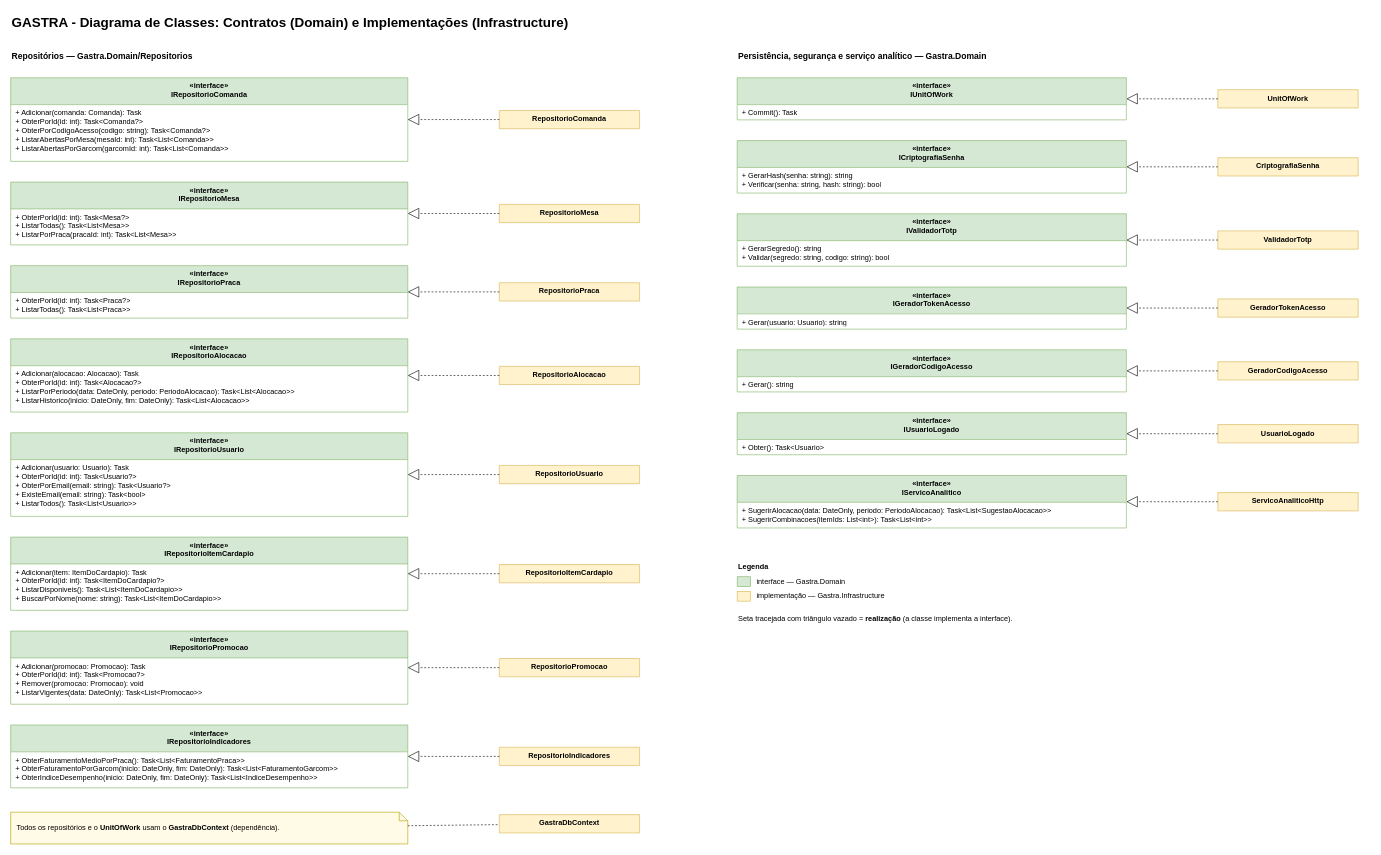
Above: docs/diagramas/_fontes/GASTRA_Classe_Contratos.drawio in danih-vb/gastra-tg (draw.io), before the change. Source tidied: cells renumbered, new cells numbered last; positions are measured from the earlier drawing's top-left corner, leaving out a move shared by most shapes. Both pictures are drawn from the tidied source at 61%, with x=0, y=0 at pixel (10, 10).
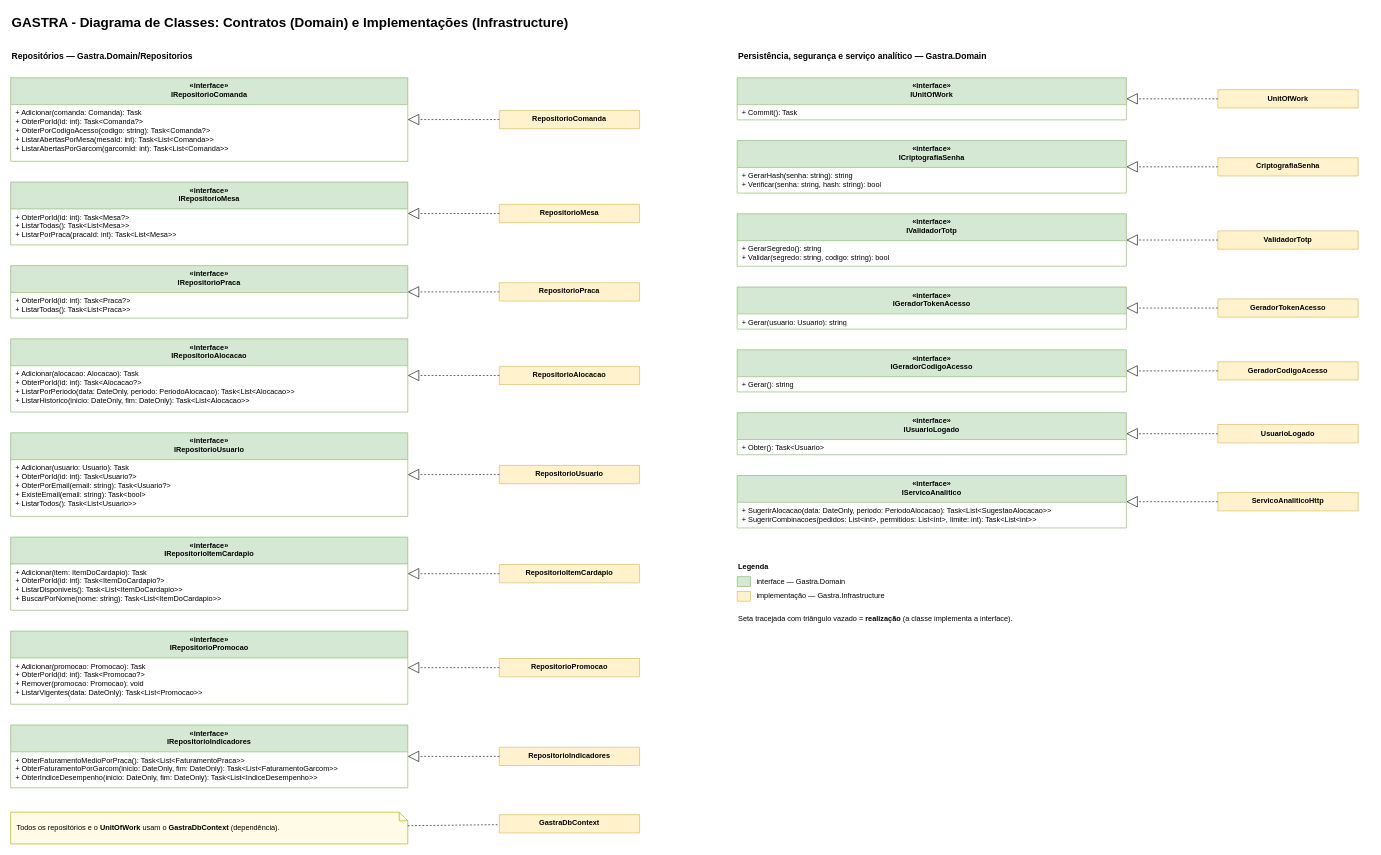
After the change.

Commit message (it also covers changes not shown here):
docs: integracao com o servico analitico nos diagramas e na arquitetura

Unchanged cells that the change refers to:
```xml
<mxCell id="64" value="«interface»&lt;br&gt;IServicoAnalitico" style="swimlane;fontStyle=1;align=center;verticalAlign=top;horizontal=1;startSize=44;whiteSpace=wrap;html=1;fillColor=#d5e8d4;strokeColor=#82b366;swimlaneFillColor=#ffffff;" parent="1" vertex="1">
  <mxGeometry x="1191" y="762" width="638" height="86" as="geometry" />
</mxCell>
```

Change to the diagram source:
```diff
@@
-    <mxCell id="65" value="+ SugerirAlocacao(data: DateOnly, periodo: PeriodoAlocacao): Task&amp;lt;List&amp;lt;SugestaoAlocacao&amp;gt;&amp;gt;&lt;br&gt;+ SugerirCombinacoes(itemIds: List&amp;lt;int&amp;gt;): Task&amp;lt;List&amp;lt;int&amp;gt;&amp;gt;" style="text;strokeColor=none;fillColor=none;align=left;verticalAlign=top;spacingLeft=6;spacingRight=4;overflow=hidden;whiteSpace=wrap;html=1;fontSize=12;" parent="64" vertex="1">
+    <mxCell id="65" value="+ SugerirAlocacao(data: DateOnly, periodo: PeriodoAlocacao): Task&amp;lt;List&amp;lt;SugestaoAlocacao&amp;gt;&amp;gt;&lt;br&gt;+ SugerirCombinacoes(pedidos: List&amp;lt;int&amp;gt;, permitidos: List&amp;lt;int&amp;gt;, limite: int): Task&amp;lt;List&amp;lt;int&amp;gt;&amp;gt;" style="text;strokeColor=none;fillColor=none;align=left;verticalAlign=top;spacingLeft=6;spacingRight=4;overflow=hidden;whiteSpace=wrap;html=1;fontSize=12;" parent="64" vertex="1">
       <mxGeometry y="44" width="638" height="42" as="geometry" />
     </mxCell>
```
